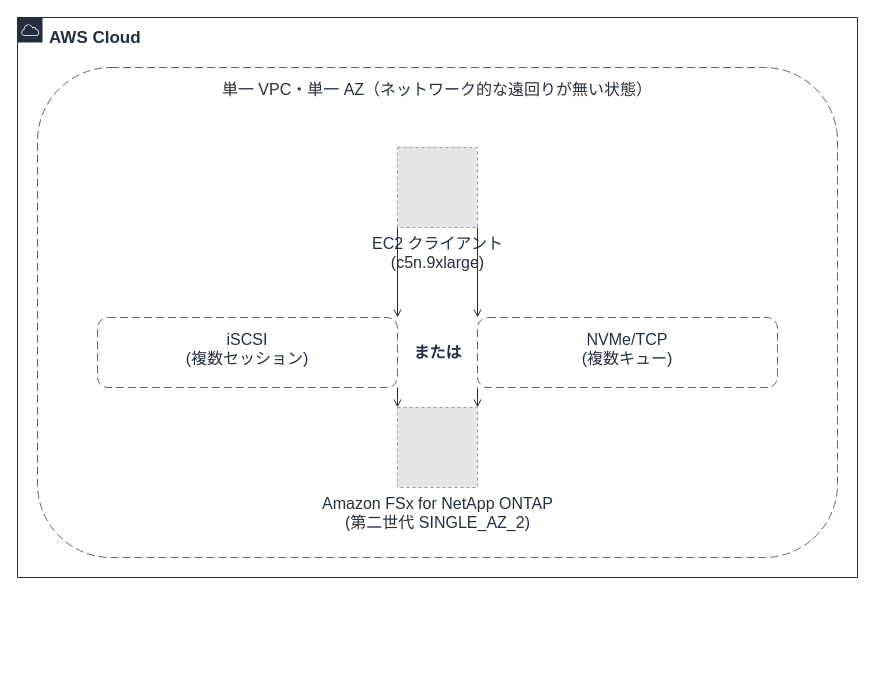
Earlier version of the draw.io diagram docs/_assets/diagrams/s3burst-block-a-sessions.drawio (Yoshiki0705/S3-Burst-on-ONTAP-Files). Source tidied: cells renumbered, new cells numbered last; positions are measured from the earlier drawing's top-left corner, leaving out a move shared by most shapes. Both pictures are drawn from the tidied source at 100%, with x=0, y=0 at pixel (17, 17). Pictures stored in the file or linked from it are replaced by grey dashed boxes.
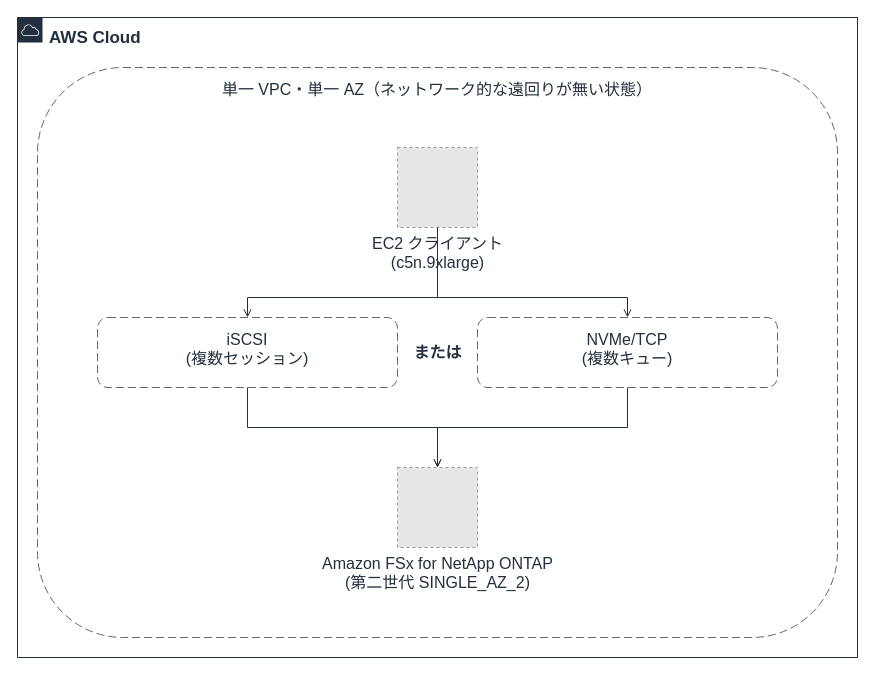
The same diagram, later.

The edit, as a diff of the source:
```diff
@@
 <mxGraphModel>
   <root>
     <mxCell id="0" />
     <mxCell id="1" parent="0" />
     <mxCell id="2" value="AWS Cloud" style="gradientColor=none;html=1;whiteSpace=wrap;fontSize=17;fontStyle=1;fontColor=#232F3E;shape=mxgraph.aws4.group;grIcon=mxgraph.aws4.group_aws_cloud;strokeColor=#232F3E;fillColor=none;verticalAlign=top;align=left;spacingLeft=30;spacingTop=4;dashed=0;" parent="1" vertex="1">
-      <mxGeometry width="840" height="560" as="geometry" />
+      <mxGeometry width="840" height="640" as="geometry" />
     </mxCell>
     <mxCell id="3" value="単一 VPC・単一 AZ（ネットワーク的な遠回りが無い状態）" style="rounded=1;whiteSpace=wrap;html=1;dashed=1;dashPattern=8 4;strokeColor=#666666;fillColor=none;fontColor=#232F3E;fontSize=16;verticalAlign=top;align=center;spacingTop=6;" parent="1" vertex="1">
-      <mxGeometry x="20" y="50" width="800" height="490" as="geometry" />
+      <mxGeometry x="20" y="50" width="800" height="570" as="geometry" />
     </mxCell>
     <mxCell id="4" value="iSCSI&#10;(複数セッション)" style="rounded=1;whiteSpace=wrap;html=1;dashed=1;dashPattern=8 4;strokeColor=#666666;fillColor=none;fontColor=#232F3E;fontSize=16;verticalAlign=top;align=center;spacingTop=6;" parent="1" vertex="1">
       <mxGeometry x="80" y="300" width="300" height="70" as="geometry" />
     </mxCell>
     <mxCell id="5" value="NVMe/TCP&#10;(複数キュー)" style="rounded=1;whiteSpace=wrap;html=1;dashed=1;dashPattern=8 4;strokeColor=#666666;fillColor=none;fontColor=#232F3E;fontSize=16;verticalAlign=top;align=center;spacingTop=6;" parent="1" vertex="1">
       <mxGeometry x="460" y="300" width="300" height="70" as="geometry" />
     </mxCell>
     <mxCell id="6" value="または" style="text;html=1;strokeColor=none;fillColor=none;align=center;verticalAlign=middle;fontSize=16;fontStyle=1;fontColor=#232F3E;" parent="1" vertex="1">
       <mxGeometry x="390" y="325" width="60" height="20" as="geometry" />
     </mxCell>
     <mxCell id="7" value="EC2 クライアント&#10;(c5n.9xlarge)" style="fillColor=#E6E6E6;strokeColor=#999999;dashed=1;html=1;verticalLabelPosition=bottom;verticalAlign=top;labelPosition=center;align=center;fontSize=16;fontColor=#232F3E;" parent="1" vertex="1">
       <mxGeometry x="380" y="130" width="80" height="80" as="geometry" />
     </mxCell>
     <mxCell id="8" value="Amazon FSx for NetApp ONTAP&#10;(第二世代 SINGLE_AZ_2)" style="fillColor=#E6E6E6;strokeColor=#999999;dashed=1;html=1;verticalLabelPosition=bottom;verticalAlign=top;labelPosition=center;align=center;fontSize=16;fontColor=#232F3E;" parent="1" vertex="1">
-      <mxGeometry x="380" y="390" width="80" height="80" as="geometry" />
+      <mxGeometry x="380" y="450" width="80" height="80" as="geometry" />
     </mxCell>
-    <mxCell id="9" style="edgeStyle=orthogonalEdgeStyle;rounded=0;html=1;endArrow=open;endFill=0;strokeColor=#232F3E;strokeWidth=1;fontSize=16;fontColor=#232F3E;exitX=0.0;exitY=1.0;exitDx=0;exitDy=0;entryX=1.0;entryY=0.0;entryDx=0;entryDy=0;" parent="1" edge="1" source="7" target="4">
-      <mxGeometry relative="1" as="geometry" />
+    <mxCell id="9" style="edgeStyle=orthogonalEdgeStyle;rounded=0;html=1;endArrow=open;endFill=0;strokeColor=#232F3E;strokeWidth=1;fontSize=16;fontColor=#232F3E;exitX=0.5;exitY=1.0;exitDx=0;exitDy=0;entryX=0.5;entryY=0.0;entryDx=0;entryDy=0;" parent="1" edge="1" source="7" target="4">
+      <mxGeometry relative="1" as="geometry">
+        <Array as="points">
+          <mxPoint x="420" y="280" />
+          <mxPoint x="230" y="280" />
+        </Array>
+      </mxGeometry>
     </mxCell>
-    <mxCell id="10" style="edgeStyle=orthogonalEdgeStyle;rounded=0;html=1;endArrow=open;endFill=0;strokeColor=#232F3E;strokeWidth=1;fontSize=16;fontColor=#232F3E;exitX=1.0;exitY=1.0;exitDx=0;exitDy=0;entryX=0.0;entryY=0.0;entryDx=0;entryDy=0;" parent="1" edge="1" source="7" target="5">
-      <mxGeometry relative="1" as="geometry" />
+    <mxCell id="10" style="edgeStyle=orthogonalEdgeStyle;rounded=0;html=1;endArrow=open;endFill=0;strokeColor=#232F3E;strokeWidth=1;fontSize=16;fontColor=#232F3E;exitX=0.5;exitY=1.0;exitDx=0;exitDy=0;entryX=0.5;entryY=0.0;entryDx=0;entryDy=0;" parent="1" edge="1" source="7" target="5">
+      <mxGeometry relative="1" as="geometry">
+        <Array as="points">
+          <mxPoint x="420" y="280" />
+          <mxPoint x="610" y="280" />
+        </Array>
+      </mxGeometry>
     </mxCell>
-    <mxCell id="11" style="edgeStyle=orthogonalEdgeStyle;rounded=0;html=1;endArrow=open;endFill=0;strokeColor=#232F3E;strokeWidth=1;fontSize=16;fontColor=#232F3E;exitX=1.0;exitY=1.0;exitDx=0;exitDy=0;entryX=0.0;entryY=0.0;entryDx=0;entryDy=0;" parent="1" edge="1" source="4" target="8">
-      <mxGeometry relative="1" as="geometry" />
+    <mxCell id="11" style="edgeStyle=orthogonalEdgeStyle;rounded=0;html=1;endArrow=open;endFill=0;strokeColor=#232F3E;strokeWidth=1;fontSize=16;fontColor=#232F3E;exitX=0.5;exitY=1.0;exitDx=0;exitDy=0;entryX=0.5;entryY=0.0;entryDx=0;entryDy=0;" parent="1" edge="1" source="4" target="8">
+      <mxGeometry relative="1" as="geometry">
+        <Array as="points">
+          <mxPoint x="230" y="410" />
+          <mxPoint x="420" y="410" />
+        </Array>
+      </mxGeometry>
     </mxCell>
-    <mxCell id="12" style="edgeStyle=orthogonalEdgeStyle;rounded=0;html=1;endArrow=open;endFill=0;strokeColor=#232F3E;strokeWidth=1;fontSize=16;fontColor=#232F3E;exitX=0.0;exitY=1.0;exitDx=0;exitDy=0;entryX=1.0;entryY=0.0;entryDx=0;entryDy=0;" parent="1" edge="1" source="5" target="8">
-      <mxGeometry relative="1" as="geometry" />
+    <mxCell id="12" style="edgeStyle=orthogonalEdgeStyle;rounded=0;html=1;endArrow=open;endFill=0;strokeColor=#232F3E;strokeWidth=1;fontSize=16;fontColor=#232F3E;exitX=0.5;exitY=1.0;exitDx=0;exitDy=0;entryX=0.5;entryY=0.0;entryDx=0;entryDy=0;" parent="1" edge="1" source="5" target="8">
+      <mxGeometry relative="1" as="geometry">
+        <Array as="points">
+          <mxPoint x="610" y="410" />
+          <mxPoint x="420" y="410" />
+        </Array>
+      </mxGeometry>
     </mxCell>
   </root>
 </mxGraphModel>
```
